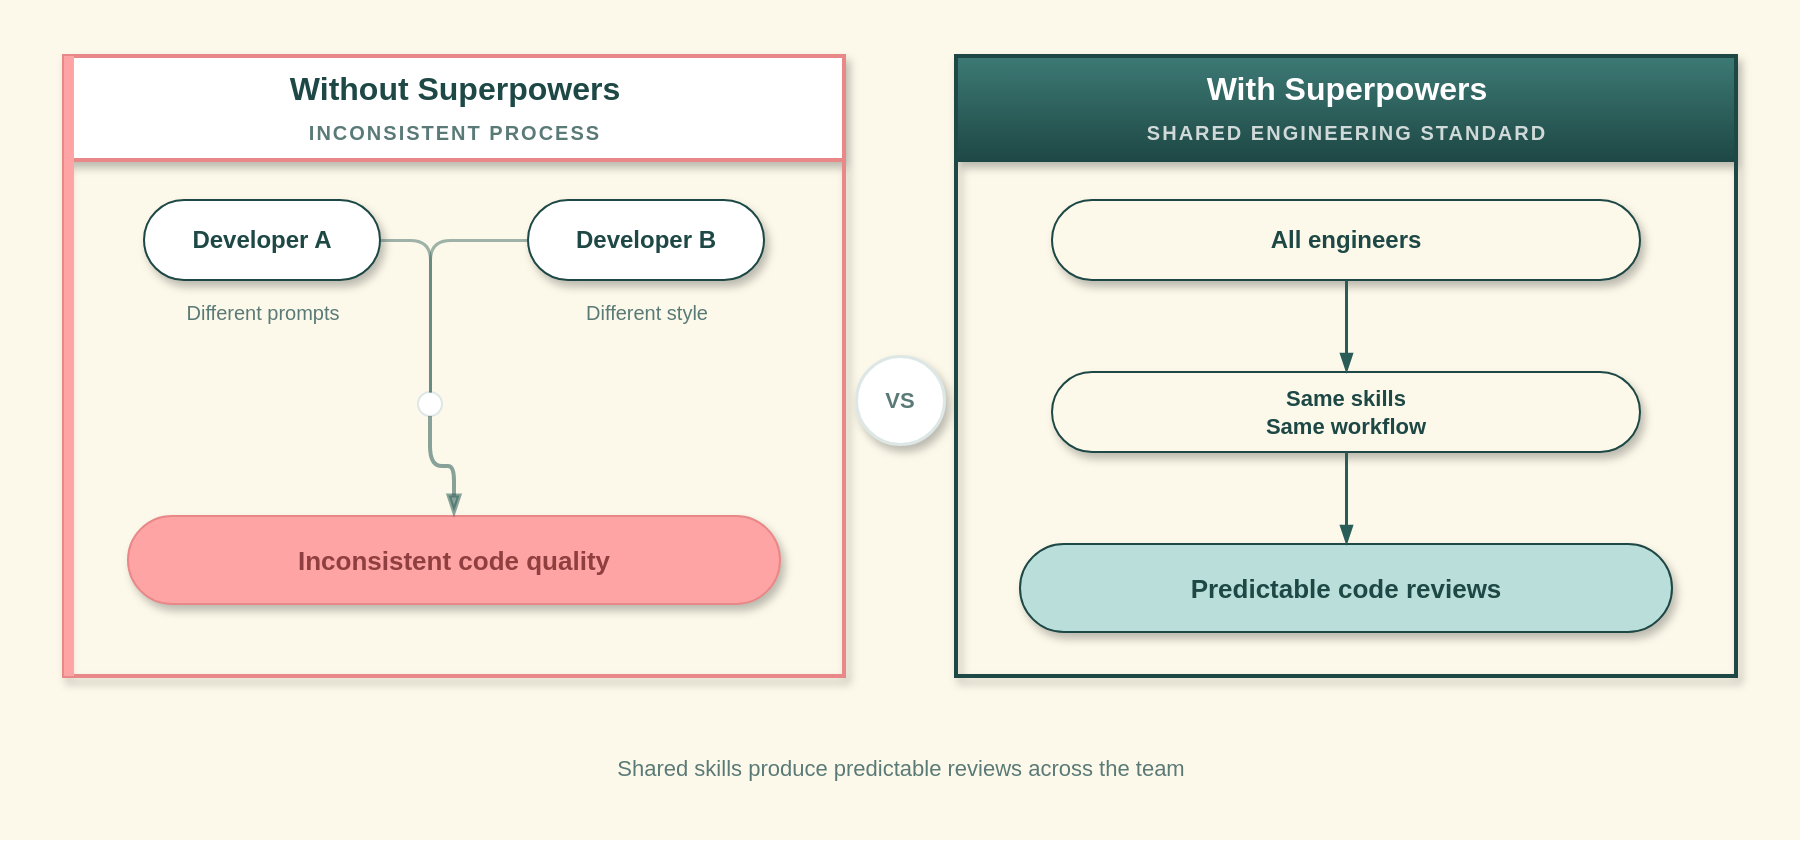
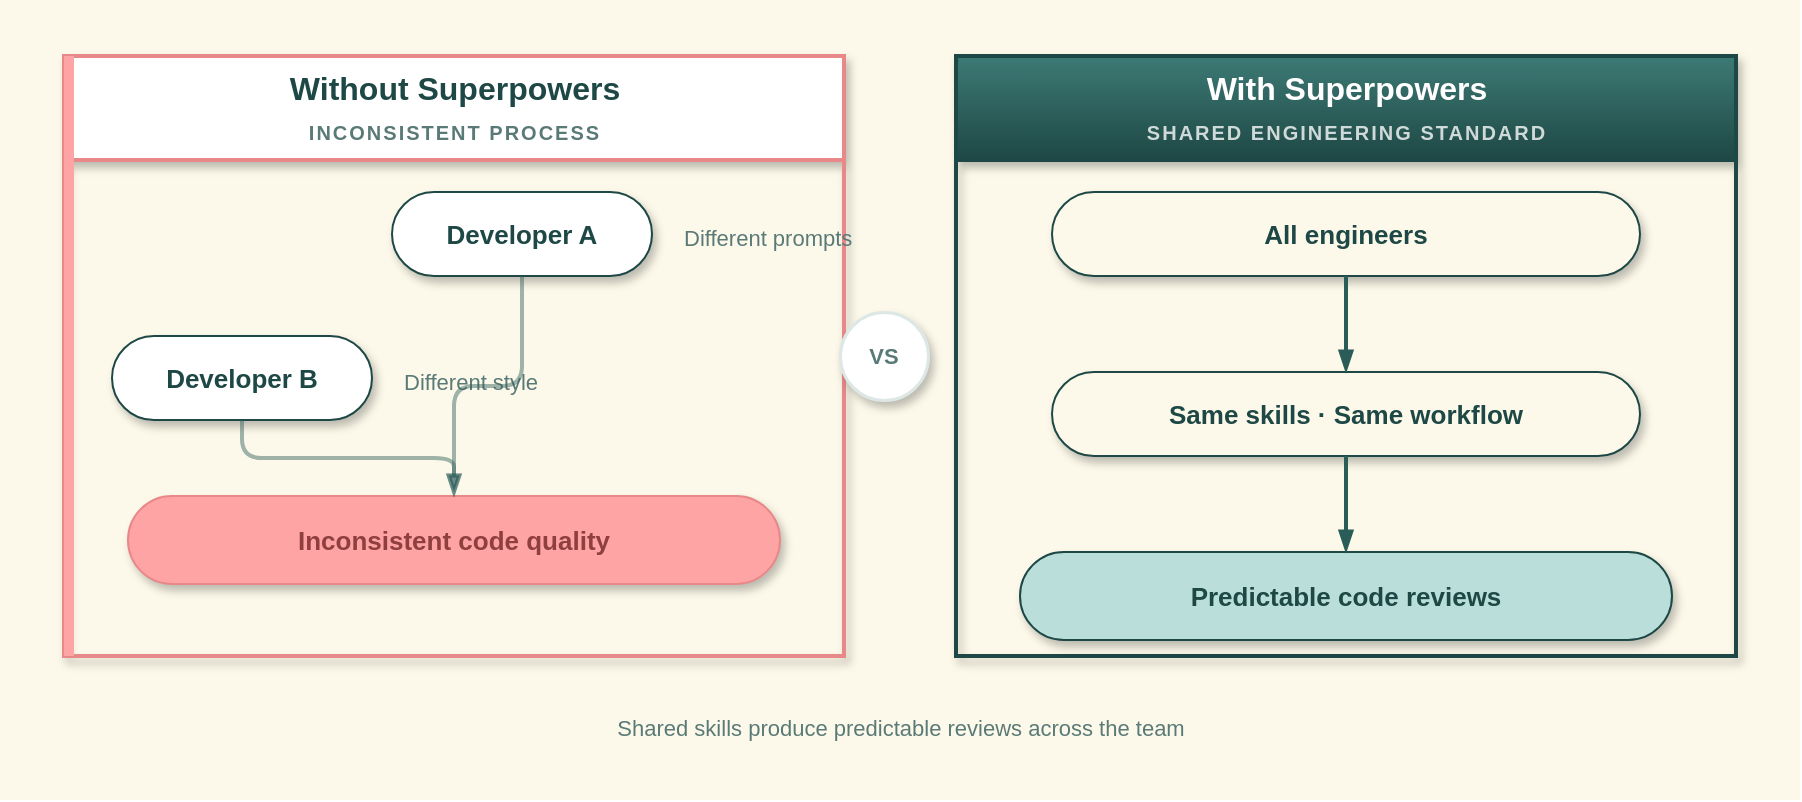
<mxfile host="app.diagrams.net" agent="Cursor" version="24.7.17">
  <diagram id="team-flow" name="Team Consistency">
-     <mxGraphModel dx="1200" dy="720" grid="1" gridSize="10" guides="1" tooltips="1" connect="1" arrows="1" fold="1" page="1" pageScale="1" pageWidth="900" pageHeight="420" math="0" shadow="0">
+     <mxGraphModel dx="1200" dy="720" grid="1" gridSize="10" guides="1" tooltips="1" connect="1" arrows="1" fold="1" page="1" pageScale="1" pageWidth="900" pageHeight="400" math="0" shadow="0">
      <root>
        <mxCell id="0"/>
        <mxCell id="1" parent="0"/>
        <mxCell id="bg" value="" style="rounded=0;whiteSpace=wrap;html=1;fillColor=#FCF9EA;strokeColor=none;" vertex="1" parent="1">
-           <mxGeometry width="900" height="420" as="geometry"/>
+           <mxGeometry width="900" height="400" as="geometry"/>
        </mxCell>
        <mxCell id="panel-left" value="Without Superpowers&#xa;&lt;font style=&quot;font-size: 10px; color: #5A7A77; letter-spacing: 1px;&quot;&gt;INCONSISTENT PROCESS&lt;/font&gt;" style="swimlane;startSize=52;fillColor=#FFFFFF;strokeColor=#E88888;strokeWidth=2;fontStyle=1;fontSize=16;fontColor=#1E4845;html=1;shadow=1;arcSize=8;" vertex="1" parent="1">
-           <mxGeometry x="32" y="28" width="390" height="310" as="geometry"/>
+           <mxGeometry x="32" y="28" width="390" height="300" as="geometry"/>
        </mxCell>
        <mxCell id="accent-left" value="" style="rounded=0;whiteSpace=wrap;html=1;fillColor=#FFA4A4;strokeColor=none;" vertex="1" parent="1">
-           <mxGeometry x="32" y="28" width="5" height="310" as="geometry"/>
+           <mxGeometry x="32" y="28" width="5" height="300" as="geometry"/>
        </mxCell>
-         <mxCell id="dev-a" value="Developer A" style="rounded=1;arcSize=50;whiteSpace=wrap;html=1;fillColor=#FFFFFF;strokeColor=#1E4845;fontStyle=1;fontSize=12;fontColor=#1E4845;shadow=1;" vertex="1" parent="panel-left">
-           <mxGeometry x="40" y="72" width="118" height="40" as="geometry"/>
+         <mxCell id="dev-a" value="Developer A" style="rounded=1;arcSize=50;whiteSpace=wrap;html=1;fillColor=#FFFFFF;strokeColor=#1E4845;fontStyle=1;fontSize=13;fontColor=#1E4845;shadow=1;" vertex="1" parent="panel-left">
+           <mxGeometry x="164" y="68" width="130" height="42" as="geometry"/>
        </mxCell>
-         <mxCell id="note-a" value="Different prompts" style="text;html=1;strokeColor=none;fillColor=none;align=center;fontColor=#5A7A77;fontSize=10;" vertex="1" parent="panel-left">
-           <mxGeometry x="40" y="116" width="118" height="20" as="geometry"/>
+         <mxCell id="note-a" value="Different prompts" style="text;html=1;strokeColor=none;fillColor=none;align=left;fontColor=#5A7A77;fontSize=11;" vertex="1" parent="panel-left">
+           <mxGeometry x="308" y="78" width="160" height="24" as="geometry"/>
        </mxCell>
-         <mxCell id="dev-b" value="Developer B" style="rounded=1;arcSize=50;whiteSpace=wrap;html=1;fillColor=#FFFFFF;strokeColor=#1E4845;fontStyle=1;fontSize=12;fontColor=#1E4845;shadow=1;" vertex="1" parent="panel-left">
-           <mxGeometry x="232" y="72" width="118" height="40" as="geometry"/>
+         <mxCell id="dev-b" value="Developer B" style="rounded=1;arcSize=50;whiteSpace=wrap;html=1;fillColor=#FFFFFF;strokeColor=#1E4845;fontStyle=1;fontSize=13;fontColor=#1E4845;shadow=1;" vertex="1" parent="panel-left">
+           <mxGeometry x="24" y="140" width="130" height="42" as="geometry"/>
        </mxCell>
-         <mxCell id="note-b" value="Different style" style="text;html=1;strokeColor=none;fillColor=none;align=center;fontColor=#5A7A77;fontSize=10;" vertex="1" parent="panel-left">
-           <mxGeometry x="232" y="116" width="118" height="20" as="geometry"/>
-         </mxCell>
-         <mxCell id="merge" value="" style="ellipse;whiteSpace=wrap;html=1;fillColor=#FFFFFF;strokeColor=#DDE7E6;" vertex="1" parent="panel-left">
-           <mxGeometry x="177" y="168" width="12" height="12" as="geometry"/>
+         <mxCell id="note-b" value="Different style" style="text;html=1;strokeColor=none;fillColor=none;align=left;fontColor=#5A7A77;fontSize=11;" vertex="1" parent="panel-left">
+           <mxGeometry x="168" y="150" width="160" height="24" as="geometry"/>
        </mxCell>
        <mxCell id="bad-outcome" value="Inconsistent code quality" style="rounded=1;arcSize=50;whiteSpace=wrap;html=1;fillColor=#FFA4A4;strokeColor=#E88888;fontStyle=1;fontSize=13;fontColor=#8F3F3F;shadow=1;" vertex="1" parent="panel-left">
-           <mxGeometry x="32" y="230" width="326" height="44" as="geometry"/>
+           <mxGeometry x="32" y="220" width="326" height="44" as="geometry"/>
        </mxCell>
-         <mxCell id="e-a" edge="1" parent="1" source="dev-a" target="merge" style="edgeStyle=orthogonalEdgeStyle;rounded=1;html=1;strokeColor=#2A5C58;strokeWidth=1.5;endArrow=none;opacity=45;">
+         <mxCell id="e-a" edge="1" parent="1" source="dev-a" target="bad-outcome" style="edgeStyle=orthogonalEdgeStyle;rounded=1;html=1;strokeColor=#2A5C58;strokeWidth=2;endArrow=blockThin;endFill=1;opacity=45;">
          <mxGeometry relative="1" as="geometry"/>
        </mxCell>
-         <mxCell id="e-b" edge="1" parent="1" source="dev-b" target="merge" style="edgeStyle=orthogonalEdgeStyle;rounded=1;html=1;strokeColor=#2A5C58;strokeWidth=1.5;endArrow=none;opacity=45;">
+         <mxCell id="e-b" edge="1" parent="1" source="dev-b" target="bad-outcome" style="edgeStyle=orthogonalEdgeStyle;rounded=1;html=1;strokeColor=#2A5C58;strokeWidth=2;endArrow=blockThin;endFill=1;opacity=45;">
          <mxGeometry relative="1" as="geometry"/>
        </mxCell>
-         <mxCell id="e-down" edge="1" parent="1" source="merge" target="bad-outcome" style="edgeStyle=orthogonalEdgeStyle;rounded=1;html=1;strokeColor=#2A5C58;strokeWidth=2;endArrow=blockThin;endFill=1;opacity=55;">
+         <mxCell id="vs" value="VS" style="ellipse;whiteSpace=wrap;html=1;fillColor=#FFFFFF;strokeColor=#DDE7E6;strokeWidth=1.5;fontStyle=1;fontSize=11;fontColor=#5A7A77;shadow=1;" vertex="1" parent="1">
+           <mxGeometry x="420" y="156" width="44" height="44" as="geometry"/>
+         </mxCell>
+         <mxCell id="panel-right" value="With Superpowers&#xa;&lt;font style=&quot;font-size: 10px; color: rgba(255,255,255,0.78); letter-spacing: 1px;&quot;&gt;SHARED ENGINEERING STANDARD&lt;/font&gt;" style="swimlane;startSize=52;fillColor=#1E4845;strokeColor=#1E4845;strokeWidth=2;fontStyle=1;fontSize=16;fontColor=#FFFFFF;html=1;shadow=1;gradientColor=#3D7A75;gradientDirection=north;arcSize=8;" vertex="1" parent="1">
+           <mxGeometry x="478" y="28" width="390" height="300" as="geometry"/>
+         </mxCell>
+         <mxCell id="all-devs" value="All engineers" style="rounded=1;arcSize=50;whiteSpace=wrap;html=1;fillColor=#FCF9EA;strokeColor=#1E4845;fontStyle=1;fontSize=13;fontColor=#1E4845;shadow=1;" vertex="1" parent="panel-right">
+           <mxGeometry x="48" y="68" width="294" height="42" as="geometry"/>
+         </mxCell>
+         <mxCell id="same-skills" value="Same skills · Same workflow" style="rounded=1;arcSize=50;whiteSpace=wrap;html=1;fillColor=#FCF9EA;strokeColor=#1E4845;fontStyle=1;fontSize=13;fontColor=#1E4845;shadow=1;" vertex="1" parent="panel-right">
+           <mxGeometry x="48" y="158" width="294" height="42" as="geometry"/>
+         </mxCell>
+         <mxCell id="good-outcome" value="Predictable code reviews" style="rounded=1;arcSize=50;whiteSpace=wrap;html=1;fillColor=#BADFDB;strokeColor=#1E4845;fontStyle=1;fontSize=13;fontColor=#1E4845;shadow=1;" vertex="1" parent="panel-right">
+           <mxGeometry x="32" y="248" width="326" height="44" as="geometry"/>
+         </mxCell>
+         <mxCell id="e1" edge="1" parent="1" source="all-devs" target="same-skills" style="edgeStyle=orthogonalEdgeStyle;rounded=1;html=1;strokeColor=#2A5C58;strokeWidth=2;endArrow=blockThin;endFill=1;">
          <mxGeometry relative="1" as="geometry"/>
        </mxCell>
-         <mxCell id="vs" value="VS" style="ellipse;whiteSpace=wrap;html=1;fillColor=#FFFFFF;strokeColor=#DDE7E6;strokeWidth=1.5;fontStyle=1;fontSize=11;fontColor=#5A7A77;shadow=1;align=center;verticalAlign=middle;" vertex="1" parent="1">
-           <mxGeometry x="428" y="178" width="44" height="44" as="geometry"/>
-         </mxCell>
-         <mxCell id="panel-right" value="With Superpowers&#xa;&lt;font style=&quot;font-size: 10px; color: rgba(255,255,255,0.78); letter-spacing: 1px;&quot;&gt;SHARED ENGINEERING STANDARD&lt;/font&gt;" style="swimlane;startSize=52;fillColor=#1E4845;strokeColor=#1E4845;strokeWidth=2;fontStyle=1;fontSize=16;fontColor=#FFFFFF;html=1;shadow=1;gradientColor=#3D7A75;gradientDirection=north;arcSize=8;" vertex="1" parent="1">
-           <mxGeometry x="478" y="28" width="390" height="310" as="geometry"/>
-         </mxCell>
-         <mxCell id="all-devs" value="All engineers" style="rounded=1;arcSize=50;whiteSpace=wrap;html=1;fillColor=#FCF9EA;strokeColor=#1E4845;fontStyle=1;fontSize=12;fontColor=#1E4845;shadow=1;" vertex="1" parent="panel-right">
-           <mxGeometry x="48" y="72" width="294" height="40" as="geometry"/>
-         </mxCell>
-         <mxCell id="same-skills" value="Same skills&#xa;Same workflow" style="rounded=1;arcSize=50;whiteSpace=wrap;html=1;fillColor=#FCF9EA;strokeColor=#1E4845;fontStyle=1;fontSize=11;fontColor=#1E4845;shadow=1;" vertex="1" parent="panel-right">
-           <mxGeometry x="48" y="158" width="294" height="40" as="geometry"/>
-         </mxCell>
-         <mxCell id="good-outcome" value="Predictable code reviews" style="rounded=1;arcSize=50;whiteSpace=wrap;html=1;fillColor=#BADFDB;strokeColor=#1E4845;fontStyle=1;fontSize=13;fontColor=#1E4845;shadow=1;" vertex="1" parent="panel-right">
-           <mxGeometry x="32" y="244" width="326" height="44" as="geometry"/>
-         </mxCell>
-         <mxCell id="e1" edge="1" parent="1" source="all-devs" target="same-skills" style="edgeStyle=orthogonalEdgeStyle;rounded=1;html=1;strokeColor=#2A5C58;strokeWidth=1.5;endArrow=blockThin;endFill=1;">
-           <mxGeometry relative="1" as="geometry"/>
-         </mxCell>
-         <mxCell id="e2" edge="1" parent="1" source="same-skills" target="good-outcome" style="edgeStyle=orthogonalEdgeStyle;rounded=1;html=1;strokeColor=#2A5C58;strokeWidth=1.5;endArrow=blockThin;endFill=1;">
+         <mxCell id="e2" edge="1" parent="1" source="same-skills" target="good-outcome" style="edgeStyle=orthogonalEdgeStyle;rounded=1;html=1;strokeColor=#2A5C58;strokeWidth=2;endArrow=blockThin;endFill=1;">
          <mxGeometry relative="1" as="geometry"/>
        </mxCell>
        <mxCell id="footer" value="Shared skills produce predictable reviews across the team" style="text;html=1;strokeColor=none;fillColor=none;align=center;verticalAlign=middle;fontColor=#5A7A77;fontSize=11;" vertex="1" parent="1">
-           <mxGeometry x="200" y="372" width="500" height="24" as="geometry"/>
+           <mxGeometry x="200" y="352" width="500" height="24" as="geometry"/>
        </mxCell>
      </root>
    </mxGraphModel>
  </diagram>
</mxfile>
